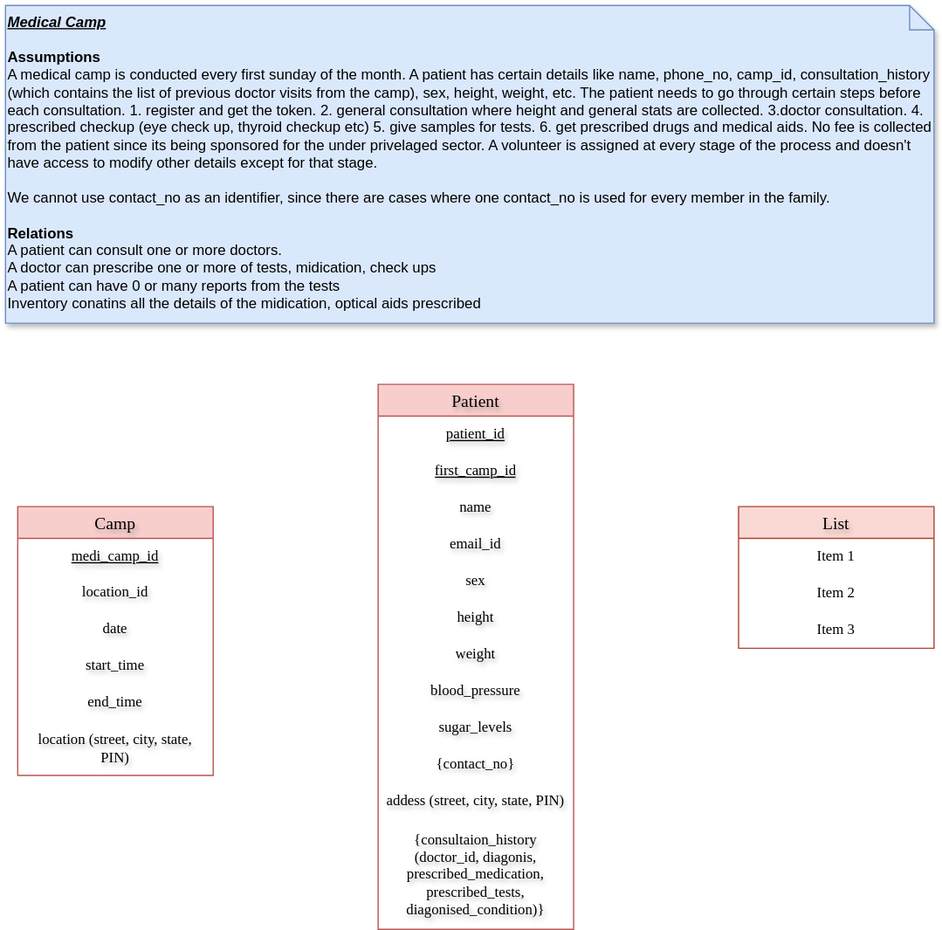
Earlier version of the draw.io export Medical_Camp.drawio.svg (supriya-kotturu/entity-relationship-diagrams). Source tidied: cells renumbered, new cells last; positions are measured from the earlier drawing's top-left corner, leaving out a move shared by most shapes.
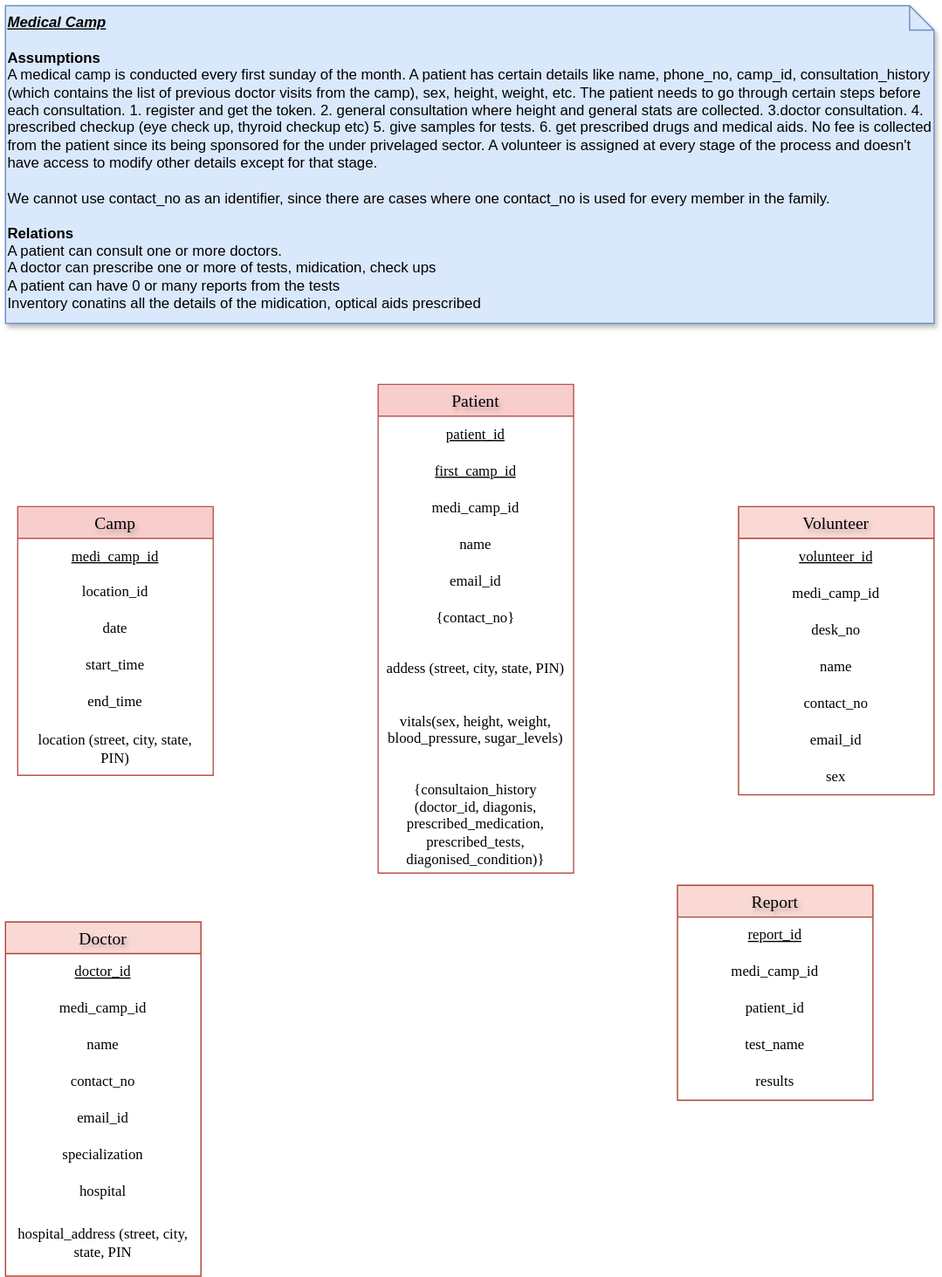
The same diagram one commit later.

Diff of the diagram source:
```diff
@@ -6,76 +6,124 @@
       <mxGeometry width="760" height="260" as="geometry" />
     </mxCell>
     <mxCell id="3" value="Patient" style="swimlane;fontStyle=0;horizontal=1;startSize=26;align=center;fontSize=14;fillColor=#f8cecc;strokeColor=#b85450;fontFamily=Verdana;textShadow=1;verticalAlign=middle;" parent="1" vertex="1">
-      <mxGeometry x="305" y="310" width="160" height="446" as="geometry" />
+      <mxGeometry x="305" y="310" width="160" height="400" as="geometry" />
     </mxCell>
-    <mxCell id="4" value="patient_id" style="text;strokeColor=none;fillColor=none;spacingLeft=4;spacingRight=4;overflow=hidden;fontSize=12;whiteSpace=wrap;html=1;fontFamily=Verdana;align=center;textShadow=1;verticalAlign=middle;fontStyle=4;" parent="3" vertex="1">
+    <mxCell id="4" value="patient_id" style="text;strokeColor=none;fillColor=none;spacingLeft=4;spacingRight=4;overflow=hidden;fontSize=12;whiteSpace=wrap;html=1;fontFamily=Verdana;align=center;textShadow=0;verticalAlign=middle;fontStyle=4;" parent="3" vertex="1">
       <mxGeometry y="26" width="160" height="30" as="geometry" />
     </mxCell>
-    <mxCell id="5" value="first_camp_id" style="text;strokeColor=none;fillColor=none;spacingLeft=4;spacingRight=4;overflow=hidden;fontSize=12;whiteSpace=wrap;html=1;fontFamily=Verdana;align=center;textShadow=1;verticalAlign=middle;fontStyle=4;" parent="3" vertex="1">
+    <mxCell id="5" value="first_camp_id" style="text;strokeColor=none;fillColor=none;spacingLeft=4;spacingRight=4;overflow=hidden;fontSize=12;whiteSpace=wrap;html=1;fontFamily=Verdana;align=center;textShadow=0;verticalAlign=middle;fontStyle=4;" parent="3" vertex="1">
       <mxGeometry y="56" width="160" height="30" as="geometry" />
     </mxCell>
-    <mxCell id="6" value="name" style="text;strokeColor=none;fillColor=none;spacingLeft=4;spacingRight=4;overflow=hidden;fontSize=12;whiteSpace=wrap;html=1;fontFamily=Verdana;align=center;textShadow=1;verticalAlign=middle;" parent="3" vertex="1">
+    <mxCell id="6" value="medi_camp_id" style="text;strokeColor=none;fillColor=none;spacingLeft=4;spacingRight=4;overflow=hidden;fontSize=12;whiteSpace=wrap;html=1;fontFamily=Verdana;align=center;textShadow=0;verticalAlign=middle;" parent="3" vertex="1">
       <mxGeometry y="86" width="160" height="30" as="geometry" />
     </mxCell>
+    <mxCell id="27" value="name" style="text;strokeColor=none;fillColor=none;spacingLeft=4;spacingRight=4;overflow=hidden;fontSize=12;whiteSpace=wrap;html=1;fontFamily=Verdana;align=center;textShadow=0;verticalAlign=middle;" parent="3" vertex="1">
+      <mxGeometry y="116" width="160" height="30" as="geometry" />
+    </mxCell>
-    <mxCell id="7" value="email_id" style="text;strokeColor=none;fillColor=none;spacingLeft=4;spacingRight=4;overflow=hidden;fontSize=12;whiteSpace=wrap;html=1;fontFamily=Verdana;align=center;textShadow=1;verticalAlign=middle;" parent="3" vertex="1">
-      <mxGeometry y="116" width="160" height="30" as="geometry" />
+    <mxCell id="7" value="email_id" style="text;strokeColor=none;fillColor=none;spacingLeft=4;spacingRight=4;overflow=hidden;fontSize=12;whiteSpace=wrap;html=1;fontFamily=Verdana;align=center;textShadow=0;verticalAlign=middle;" parent="3" vertex="1">
+      <mxGeometry y="146" width="160" height="30" as="geometry" />
     </mxCell>
-    <mxCell id="8" value="sex" style="text;strokeColor=none;fillColor=none;spacingLeft=4;spacingRight=4;overflow=hidden;fontSize=12;whiteSpace=wrap;html=1;fontFamily=Verdana;align=center;textShadow=1;verticalAlign=middle;" parent="3" vertex="1">
-      <mxGeometry y="146" width="160" height="30" as="geometry" />
-    </mxCell>
-    <mxCell id="9" value="height" style="text;strokeColor=none;fillColor=none;spacingLeft=4;spacingRight=4;overflow=hidden;fontSize=12;whiteSpace=wrap;html=1;fontFamily=Verdana;align=center;textShadow=1;verticalAlign=middle;" parent="3" vertex="1">
-      <mxGeometry y="176" width="160" height="30" as="geometry" />
-    </mxCell>
-    <mxCell id="10" value="weight" style="text;strokeColor=none;fillColor=none;spacingLeft=4;spacingRight=4;overflow=hidden;fontSize=12;whiteSpace=wrap;html=1;fontFamily=Verdana;align=center;textShadow=1;verticalAlign=middle;" parent="3" vertex="1">
-      <mxGeometry y="206" width="160" height="30" as="geometry" />
-    </mxCell>
-    <mxCell id="11" value="blood_pressure" style="text;strokeColor=none;fillColor=none;spacingLeft=4;spacingRight=4;overflow=hidden;fontSize=12;whiteSpace=wrap;html=1;fontFamily=Verdana;align=center;textShadow=1;verticalAlign=middle;" parent="3" vertex="1">
-      <mxGeometry y="236" width="160" height="30" as="geometry" />
-    </mxCell>
-    <mxCell id="12" value="sugar_levels" style="text;strokeColor=none;fillColor=none;spacingLeft=4;spacingRight=4;overflow=hidden;fontSize=12;whiteSpace=wrap;html=1;fontFamily=Verdana;align=center;textShadow=1;verticalAlign=middle;" parent="3" vertex="1">
-      <mxGeometry y="266" width="160" height="30" as="geometry" />
-    </mxCell>
-    <mxCell id="13" value="{contact_no}" style="text;strokeColor=none;fillColor=none;spacingLeft=4;spacingRight=4;overflow=hidden;fontSize=12;whiteSpace=wrap;html=1;fontFamily=Verdana;align=center;textShadow=1;verticalAlign=middle;" parent="3" vertex="1">
-      <mxGeometry y="296" width="160" height="30" as="geometry" />
+    <mxCell id="13" value="{contact_no}" style="text;strokeColor=none;fillColor=none;spacingLeft=4;spacingRight=4;overflow=hidden;fontSize=12;whiteSpace=wrap;html=1;fontFamily=Verdana;align=center;textShadow=0;verticalAlign=middle;" parent="3" vertex="1">
+      <mxGeometry y="176" width="160" height="30" as="geometry" />
     </mxCell>
-    <mxCell id="14" value="addess (street, city, state, PIN)" style="text;strokeColor=none;fillColor=none;spacingLeft=4;spacingRight=4;overflow=hidden;fontSize=12;whiteSpace=wrap;html=1;fontFamily=Verdana;align=center;textShadow=1;verticalAlign=middle;" parent="3" vertex="1">
-      <mxGeometry y="326" width="160" height="30" as="geometry" />
+    <mxCell id="14" value="addess (street, city, state, PIN)" style="text;strokeColor=none;fillColor=none;spacingLeft=4;spacingRight=4;overflow=hidden;fontSize=12;whiteSpace=wrap;html=1;fontFamily=Verdana;align=center;textShadow=0;verticalAlign=middle;" parent="3" vertex="1">
+      <mxGeometry y="206" width="160" height="54" as="geometry" />
     </mxCell>
+    <mxCell id="8" value="vitals(sex, height, weight, blood_pressure, sugar_levels)&lt;div&gt;&lt;br&gt;&lt;/div&gt;" style="text;strokeColor=none;fillColor=none;spacingLeft=4;spacingRight=4;overflow=hidden;fontSize=12;whiteSpace=wrap;html=1;fontFamily=Verdana;align=center;textShadow=0;verticalAlign=middle;" parent="3" vertex="1">
+      <mxGeometry y="260" width="160" height="60" as="geometry" />
+    </mxCell>
-    <mxCell id="15" value="{consultaion_history (doctor_id, diagonis, prescribed_medication, prescribed_tests, diagonised_condition)}" style="text;strokeColor=none;fillColor=none;spacingLeft=4;spacingRight=4;overflow=hidden;fontSize=12;whiteSpace=wrap;html=1;fontFamily=Verdana;align=center;textShadow=1;verticalAlign=middle;" parent="3" vertex="1">
-      <mxGeometry y="356" width="160" height="90" as="geometry" />
+    <mxCell id="15" value="{consultaion_history (doctor_id, diagonis, prescribed_medication, prescribed_tests, diagonised_condition)}" style="text;strokeColor=none;fillColor=none;spacingLeft=4;spacingRight=4;overflow=hidden;fontSize=12;whiteSpace=wrap;html=1;fontFamily=Verdana;align=center;textShadow=0;verticalAlign=middle;" parent="3" vertex="1">
+      <mxGeometry y="320" width="160" height="80" as="geometry" />
     </mxCell>
     <mxCell id="16" value="Camp" style="swimlane;fontStyle=0;horizontal=1;startSize=26;align=center;fontSize=14;fillColor=#f8cecc;strokeColor=#b85450;fontFamily=Verdana;textShadow=1;" parent="1" vertex="1">
       <mxGeometry x="10" y="410" width="160" height="220" as="geometry" />
     </mxCell>
-    <mxCell id="17" value="&lt;u&gt;medi_camp_id&lt;/u&gt;" style="text;strokeColor=none;fillColor=none;spacingLeft=4;spacingRight=4;overflow=hidden;fontSize=12;whiteSpace=wrap;html=1;fontFamily=Verdana;align=center;textShadow=1;verticalAlign=middle;" parent="16" vertex="1">
+    <mxCell id="17" value="&lt;u&gt;medi_camp_id&lt;/u&gt;" style="text;strokeColor=none;fillColor=none;spacingLeft=4;spacingRight=4;overflow=hidden;fontSize=12;whiteSpace=wrap;html=1;fontFamily=Verdana;align=center;textShadow=0;verticalAlign=middle;" parent="16" vertex="1">
       <mxGeometry y="26" width="160" height="30" as="geometry" />
     </mxCell>
-    <mxCell id="18" value="location_id" style="text;strokeColor=none;fillColor=none;spacingLeft=4;spacingRight=4;overflow=hidden;fontSize=12;whiteSpace=wrap;html=1;fontFamily=Verdana;align=center;textShadow=1;" parent="16" vertex="1">
+    <mxCell id="18" value="location_id" style="text;strokeColor=none;fillColor=none;spacingLeft=4;spacingRight=4;overflow=hidden;fontSize=12;whiteSpace=wrap;html=1;fontFamily=Verdana;align=center;textShadow=0;" parent="16" vertex="1">
       <mxGeometry y="56" width="160" height="30" as="geometry" />
     </mxCell>
-    <mxCell id="19" value="date" style="text;strokeColor=none;fillColor=none;spacingLeft=4;spacingRight=4;overflow=hidden;fontSize=12;whiteSpace=wrap;html=1;fontFamily=Verdana;align=center;textShadow=1;" parent="16" vertex="1">
+    <mxCell id="19" value="date" style="text;strokeColor=none;fillColor=none;spacingLeft=4;spacingRight=4;overflow=hidden;fontSize=12;whiteSpace=wrap;html=1;fontFamily=Verdana;align=center;textShadow=0;" parent="16" vertex="1">
       <mxGeometry y="86" width="160" height="30" as="geometry" />
     </mxCell>
-    <mxCell id="20" value="start_time" style="text;strokeColor=none;fillColor=none;spacingLeft=4;spacingRight=4;overflow=hidden;fontSize=12;whiteSpace=wrap;html=1;fontFamily=Verdana;align=center;textShadow=1;" parent="16" vertex="1">
+    <mxCell id="20" value="start_time" style="text;strokeColor=none;fillColor=none;spacingLeft=4;spacingRight=4;overflow=hidden;fontSize=12;whiteSpace=wrap;html=1;fontFamily=Verdana;align=center;textShadow=0;" parent="16" vertex="1">
       <mxGeometry y="116" width="160" height="30" as="geometry" />
     </mxCell>
-    <mxCell id="21" value="end_time" style="text;strokeColor=none;fillColor=none;spacingLeft=4;spacingRight=4;overflow=hidden;fontSize=12;whiteSpace=wrap;html=1;fontFamily=Verdana;align=center;textShadow=1;" parent="16" vertex="1">
+    <mxCell id="21" value="end_time" style="text;strokeColor=none;fillColor=none;spacingLeft=4;spacingRight=4;overflow=hidden;fontSize=12;whiteSpace=wrap;html=1;fontFamily=Verdana;align=center;textShadow=0;" parent="16" vertex="1">
       <mxGeometry y="146" width="160" height="30" as="geometry" />
     </mxCell>
-    <mxCell id="22" value="location (street, city, state, PIN)" style="text;strokeColor=none;fillColor=none;spacingLeft=4;spacingRight=4;overflow=hidden;fontSize=12;whiteSpace=wrap;html=1;fontFamily=Verdana;align=center;textShadow=1;verticalAlign=middle;" parent="16" vertex="1">
+    <mxCell id="22" value="location (street, city, state, PIN)" style="text;strokeColor=none;fillColor=none;spacingLeft=4;spacingRight=4;overflow=hidden;fontSize=12;whiteSpace=wrap;html=1;fontFamily=Verdana;align=center;textShadow=0;verticalAlign=middle;" parent="16" vertex="1">
       <mxGeometry y="176" width="160" height="44" as="geometry" />
     </mxCell>
-    <mxCell id="23" value="List" style="swimlane;fontStyle=0;horizontal=1;startSize=26;align=center;fontSize=14;textShadow=1;fillColor=#fad9d5;strokeColor=#ae4132;verticalAlign=middle;fontFamily=Verdana;" parent="1" vertex="1">
-      <mxGeometry x="600" y="410" width="160" height="116" as="geometry" />
+    <mxCell id="23" value="Volunteer" style="swimlane;fontStyle=0;horizontal=1;startSize=26;align=center;fontSize=14;textShadow=1;fillColor=#fad9d5;strokeColor=#ae4132;verticalAlign=middle;fontFamily=Verdana;" parent="1" vertex="1">
+      <mxGeometry x="600" y="410" width="160" height="236" as="geometry" />
     </mxCell>
-    <mxCell id="24" value="Item 1" style="text;strokeColor=none;fillColor=none;spacingLeft=4;spacingRight=4;overflow=hidden;fontSize=12;whiteSpace=wrap;html=1;align=center;verticalAlign=middle;fontFamily=Verdana;" parent="23" vertex="1">
+    <mxCell id="24" value="&lt;u&gt;volunteer_id&lt;/u&gt;" style="text;strokeColor=none;fillColor=none;spacingLeft=4;spacingRight=4;overflow=hidden;fontSize=12;whiteSpace=wrap;html=1;align=center;verticalAlign=middle;fontFamily=Verdana;textShadow=0;" parent="23" vertex="1">
       <mxGeometry y="26" width="160" height="30" as="geometry" />
     </mxCell>
+    <mxCell id="28" value="medi_camp_id" style="text;strokeColor=none;fillColor=none;spacingLeft=4;spacingRight=4;overflow=hidden;fontSize=12;whiteSpace=wrap;html=1;align=center;verticalAlign=middle;fontFamily=Verdana;textShadow=0;" parent="23" vertex="1">
+      <mxGeometry y="56" width="160" height="30" as="geometry" />
+    </mxCell>
+    <mxCell id="29" value="desk_no" style="text;strokeColor=none;fillColor=none;spacingLeft=4;spacingRight=4;overflow=hidden;fontSize=12;whiteSpace=wrap;html=1;align=center;verticalAlign=middle;fontFamily=Verdana;textShadow=0;" parent="23" vertex="1">
+      <mxGeometry y="86" width="160" height="30" as="geometry" />
+    </mxCell>
-    <mxCell id="25" value="Item 2" style="text;strokeColor=none;fillColor=none;spacingLeft=4;spacingRight=4;overflow=hidden;fontSize=12;whiteSpace=wrap;html=1;align=center;verticalAlign=middle;fontFamily=Verdana;" parent="23" vertex="1">
-      <mxGeometry y="56" width="160" height="30" as="geometry" />
+    <mxCell id="25" value="name" style="text;strokeColor=none;fillColor=none;spacingLeft=4;spacingRight=4;overflow=hidden;fontSize=12;whiteSpace=wrap;html=1;align=center;verticalAlign=middle;fontFamily=Verdana;textShadow=0;" parent="23" vertex="1">
+      <mxGeometry y="116" width="160" height="30" as="geometry" />
     </mxCell>
-    <mxCell id="26" value="Item 3" style="text;strokeColor=none;fillColor=none;spacingLeft=4;spacingRight=4;overflow=hidden;fontSize=12;whiteSpace=wrap;html=1;align=center;verticalAlign=middle;fontFamily=Verdana;" parent="23" vertex="1">
-      <mxGeometry y="86" width="160" height="30" as="geometry" />
+    <mxCell id="26" value="contact_no" style="text;strokeColor=none;fillColor=none;spacingLeft=4;spacingRight=4;overflow=hidden;fontSize=12;whiteSpace=wrap;html=1;align=center;verticalAlign=middle;fontFamily=Verdana;textShadow=0;" parent="23" vertex="1">
+      <mxGeometry y="146" width="160" height="30" as="geometry" />
     </mxCell>
+    <mxCell id="30" value="email_id" style="text;strokeColor=none;fillColor=none;spacingLeft=4;spacingRight=4;overflow=hidden;fontSize=12;whiteSpace=wrap;html=1;align=center;verticalAlign=middle;fontFamily=Verdana;textShadow=0;" parent="23" vertex="1">
+      <mxGeometry y="176" width="160" height="30" as="geometry" />
+    </mxCell>
+    <mxCell id="31" value="sex" style="text;strokeColor=none;fillColor=none;spacingLeft=4;spacingRight=4;overflow=hidden;fontSize=12;whiteSpace=wrap;html=1;align=center;verticalAlign=middle;fontFamily=Verdana;textShadow=0;" parent="23" vertex="1">
+      <mxGeometry y="206" width="160" height="30" as="geometry" />
+    </mxCell>
+    <mxCell id="32" value="Doctor" style="swimlane;fontStyle=0;horizontal=1;startSize=26;align=center;fontSize=14;textShadow=1;fillColor=#fad9d5;strokeColor=#ae4132;verticalAlign=middle;fontFamily=Verdana;" parent="1" vertex="1">
+      <mxGeometry y="750" width="160" height="290" as="geometry" />
+    </mxCell>
+    <mxCell id="33" value="&lt;u&gt;doctor_id&lt;/u&gt;" style="text;strokeColor=none;fillColor=none;spacingLeft=4;spacingRight=4;overflow=hidden;fontSize=12;whiteSpace=wrap;html=1;align=center;verticalAlign=middle;fontFamily=Verdana;textShadow=0;" parent="32" vertex="1">
+      <mxGeometry y="26" width="160" height="30" as="geometry" />
+    </mxCell>
+    <mxCell id="34" value="medi_camp_id" style="text;strokeColor=none;fillColor=none;spacingLeft=4;spacingRight=4;overflow=hidden;fontSize=12;whiteSpace=wrap;html=1;align=center;verticalAlign=middle;fontFamily=Verdana;textShadow=0;" parent="32" vertex="1">
+      <mxGeometry y="56" width="160" height="30" as="geometry" />
+    </mxCell>
+    <mxCell id="35" value="name" style="text;strokeColor=none;fillColor=none;spacingLeft=4;spacingRight=4;overflow=hidden;fontSize=12;whiteSpace=wrap;html=1;align=center;verticalAlign=middle;fontFamily=Verdana;textShadow=0;" parent="32" vertex="1">
+      <mxGeometry y="86" width="160" height="30" as="geometry" />
+    </mxCell>
+    <mxCell id="36" value="contact_no" style="text;strokeColor=none;fillColor=none;spacingLeft=4;spacingRight=4;overflow=hidden;fontSize=12;whiteSpace=wrap;html=1;align=center;verticalAlign=middle;fontFamily=Verdana;textShadow=0;" parent="32" vertex="1">
+      <mxGeometry y="116" width="160" height="30" as="geometry" />
+    </mxCell>
+    <mxCell id="37" value="email_id" style="text;strokeColor=none;fillColor=none;spacingLeft=4;spacingRight=4;overflow=hidden;fontSize=12;whiteSpace=wrap;html=1;align=center;verticalAlign=middle;fontFamily=Verdana;textShadow=0;" parent="32" vertex="1">
+      <mxGeometry y="146" width="160" height="30" as="geometry" />
+    </mxCell>
+    <mxCell id="38" value="specialization" style="text;strokeColor=none;fillColor=none;spacingLeft=4;spacingRight=4;overflow=hidden;fontSize=12;whiteSpace=wrap;html=1;align=center;verticalAlign=middle;fontFamily=Verdana;textShadow=0;" parent="32" vertex="1">
+      <mxGeometry y="176" width="160" height="30" as="geometry" />
+    </mxCell>
+    <mxCell id="39" value="hospital" style="text;strokeColor=none;fillColor=none;spacingLeft=4;spacingRight=4;overflow=hidden;fontSize=12;whiteSpace=wrap;html=1;align=center;verticalAlign=middle;fontFamily=Verdana;textShadow=0;" parent="32" vertex="1">
+      <mxGeometry y="206" width="160" height="30" as="geometry" />
+    </mxCell>
+    <mxCell id="40" value="hospital_address (street, city, state, PIN" style="text;strokeColor=none;fillColor=none;spacingLeft=4;spacingRight=4;overflow=hidden;fontSize=12;whiteSpace=wrap;html=1;align=center;verticalAlign=middle;fontFamily=Verdana;textShadow=0;" parent="32" vertex="1">
+      <mxGeometry y="236" width="160" height="54" as="geometry" />
+    </mxCell>
+    <mxCell id="41" value="Report" style="swimlane;fontStyle=0;horizontal=1;startSize=26;align=center;fontSize=14;textShadow=1;fillColor=#fad9d5;strokeColor=#ae4132;verticalAlign=middle;fontFamily=Verdana;" parent="1" vertex="1">
+      <mxGeometry x="550" y="720" width="160" height="176" as="geometry" />
+    </mxCell>
+    <mxCell id="42" value="&lt;u&gt;report_id&lt;/u&gt;" style="text;strokeColor=none;fillColor=none;spacingLeft=4;spacingRight=4;overflow=hidden;fontSize=12;whiteSpace=wrap;html=1;align=center;verticalAlign=middle;fontFamily=Verdana;textShadow=0;" parent="41" vertex="1">
+      <mxGeometry y="26" width="160" height="30" as="geometry" />
+    </mxCell>
+    <mxCell id="43" value="medi_camp_id" style="text;strokeColor=none;fillColor=none;spacingLeft=4;spacingRight=4;overflow=hidden;fontSize=12;whiteSpace=wrap;html=1;align=center;verticalAlign=middle;fontFamily=Verdana;textShadow=0;" parent="41" vertex="1">
+      <mxGeometry y="56" width="160" height="30" as="geometry" />
+    </mxCell>
+    <mxCell id="44" value="patient_id" style="text;strokeColor=none;fillColor=none;spacingLeft=4;spacingRight=4;overflow=hidden;fontSize=12;whiteSpace=wrap;html=1;align=center;verticalAlign=middle;fontFamily=Verdana;textShadow=0;" parent="41" vertex="1">
+      <mxGeometry y="86" width="160" height="30" as="geometry" />
+    </mxCell>
+    <mxCell id="45" value="test_name" style="text;strokeColor=none;fillColor=none;spacingLeft=4;spacingRight=4;overflow=hidden;fontSize=12;whiteSpace=wrap;html=1;align=center;verticalAlign=middle;fontFamily=Verdana;textShadow=0;" parent="41" vertex="1">
+      <mxGeometry y="116" width="160" height="30" as="geometry" />
+    </mxCell>
+    <mxCell id="46" value="results" style="text;strokeColor=none;fillColor=none;spacingLeft=4;spacingRight=4;overflow=hidden;fontSize=12;whiteSpace=wrap;html=1;align=center;verticalAlign=middle;fontFamily=Verdana;textShadow=0;" parent="41" vertex="1">
+      <mxGeometry y="146" width="160" height="30" as="geometry" />
+    </mxCell>
   </root>
 </mxGraphModel>
```
